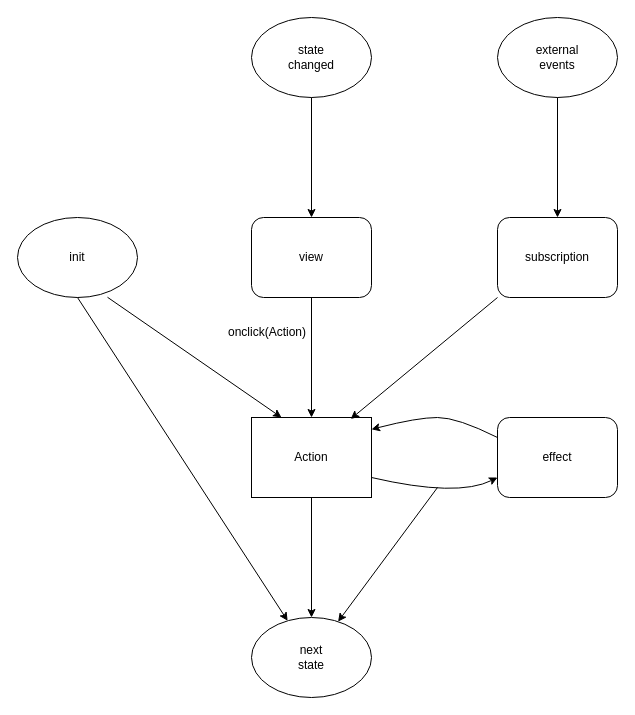
Above: docs/architecture/Untitled Diagram.drawio in kofifus/hyperapp (draw.io), before the change. Source tidied: cells renumbered, new cells numbered last; positions are measured from the earlier drawing's top-left corner, leaving out a move shared by most shapes. Both pictures are drawn from the tidied source at 100%, with x=0, y=0 at pixel (17, 17).
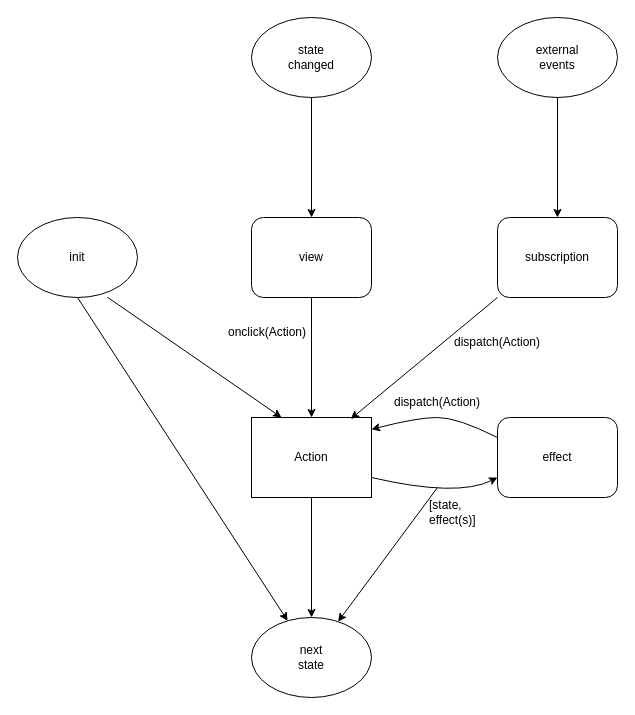
Above is the later version.

Diff of the diagram source:
```diff
@@
+    <mxCell id="21" value="dispatch(Action)" style="text;html=1;strokeColor=none;fillColor=none;align=center;verticalAlign=middle;whiteSpace=wrap;rounded=0;" parent="1" vertex="1">
+      <mxGeometry x="450" y="310" width="60" height="30" as="geometry" />
+    </mxCell>
+    <mxCell id="22" value="dispatch(Action)" style="text;html=1;strokeColor=none;fillColor=none;align=center;verticalAlign=middle;whiteSpace=wrap;rounded=0;" parent="1" vertex="1">
+      <mxGeometry x="390" y="370" width="60" height="30" as="geometry" />
+    </mxCell>
+    <mxCell id="23" value="[state, effect(s)]" style="text;html=1;strokeColor=none;fillColor=none;align=left;verticalAlign=middle;whiteSpace=wrap;rounded=0;" parent="1" vertex="1">
+      <mxGeometry x="410" y="480" width="60" height="30" as="geometry" />
+    </mxCell>
```
